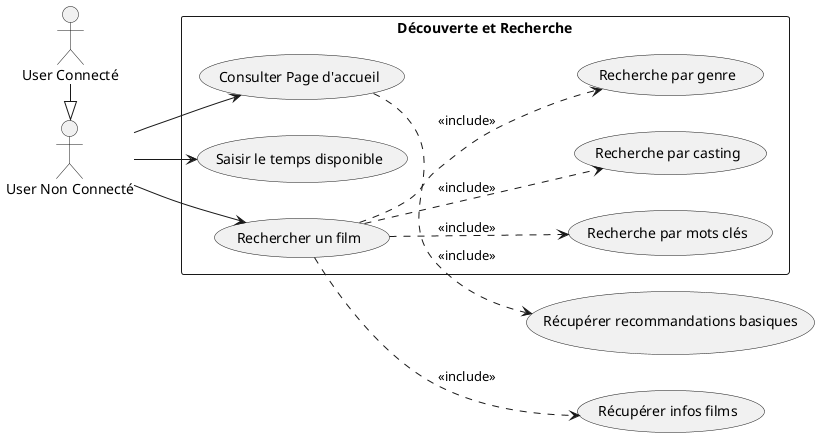
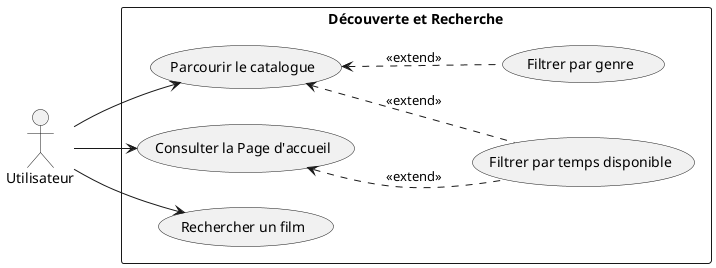
- @startuml
+ @startuml uc_search
left to right direction
skinparam packageStyle rectangle

- actor "User Non Connecté" as Guest
- actor "User Connecté" as User
+ actor "Utilisateur" as Guest

- User -|> Guest

package "Découverte et Recherche" {
-     usecase "Consulter Page d'accueil" as UC_Home
-     usecase "Saisir le temps disponible" as UC_Time
+     usecase "Consulter la Page d'accueil" as UC_Home
    usecase "Rechercher un film" as UC_Search
+     usecase "Parcourir le catalogue" as UC_Catalog

-     usecase "Recherche par genre" as UC_SearchGenre
-     usecase "Recherche par mots clés" as UC_SearchKeywords
-     usecase "Recherche par casting" as UC_SearchCast
+     usecase "Filtrer par genre" as UC_SearchGenre
+     usecase "Filtrer par temps disponible" as UC_Time
}

- usecase "Récupérer recommandations basiques" as UC_RecBasics
- usecase "Récupérer infos films" as UC_Infos
+ Guest --> UC_Home
+ Guest --> UC_Search
+ Guest --> UC_Catalog

- Guest --> UC_Home
- Guest --> UC_Time
- Guest --> UC_Search
- 
- UC_Home ..> UC_RecBasics : <<include>>
- 
- UC_Search ..> UC_SearchGenre : <<include>>
- UC_Search ..> UC_SearchKeywords : <<include>>
- UC_Search ..> UC_SearchCast : <<include>>
- UC_Search ..> UC_Infos : <<include>>
+ ' Les filtres sont des extensions des fonctionnalités principales
+ ' (ils sont optionnels)
+ UC_Time .up.> UC_Home : <<extend>>
+ UC_Time .up.> UC_Catalog : <<extend>>
+ UC_SearchGenre .up.> UC_Catalog : <<extend>>

@enduml
